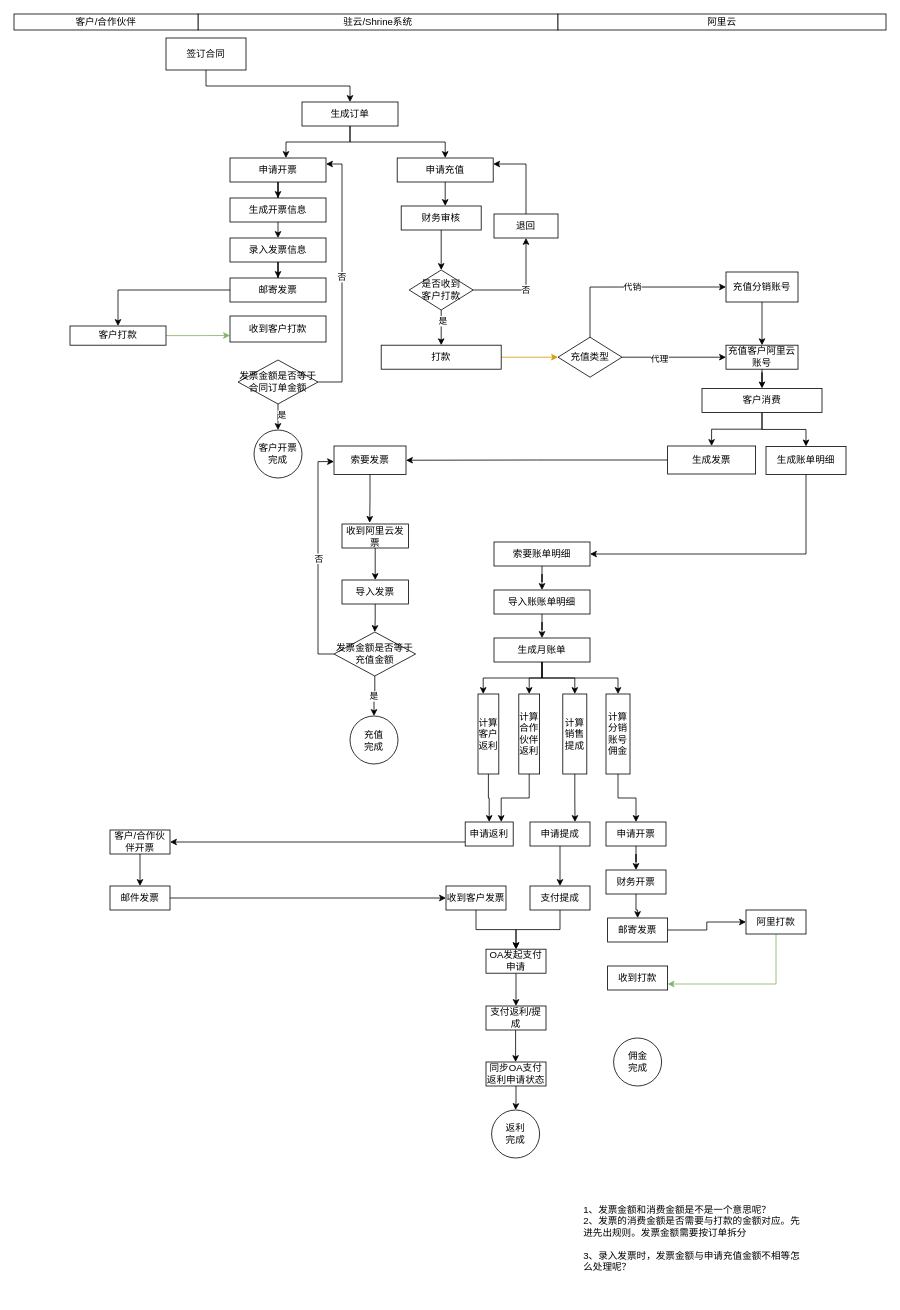
Before: shrine-doc/云资源业务流程.drawio in easefulfil/CLOUDCARE, a draw.io diagram. Source tidied: cells renumbered, new cells numbered last; positions are measured from the earlier drawing's top-left corner, leaving out a move shared by most shapes. Both pictures are drawn from the tidied source at 80%, with x=0, y=0 at pixel (14, 14).
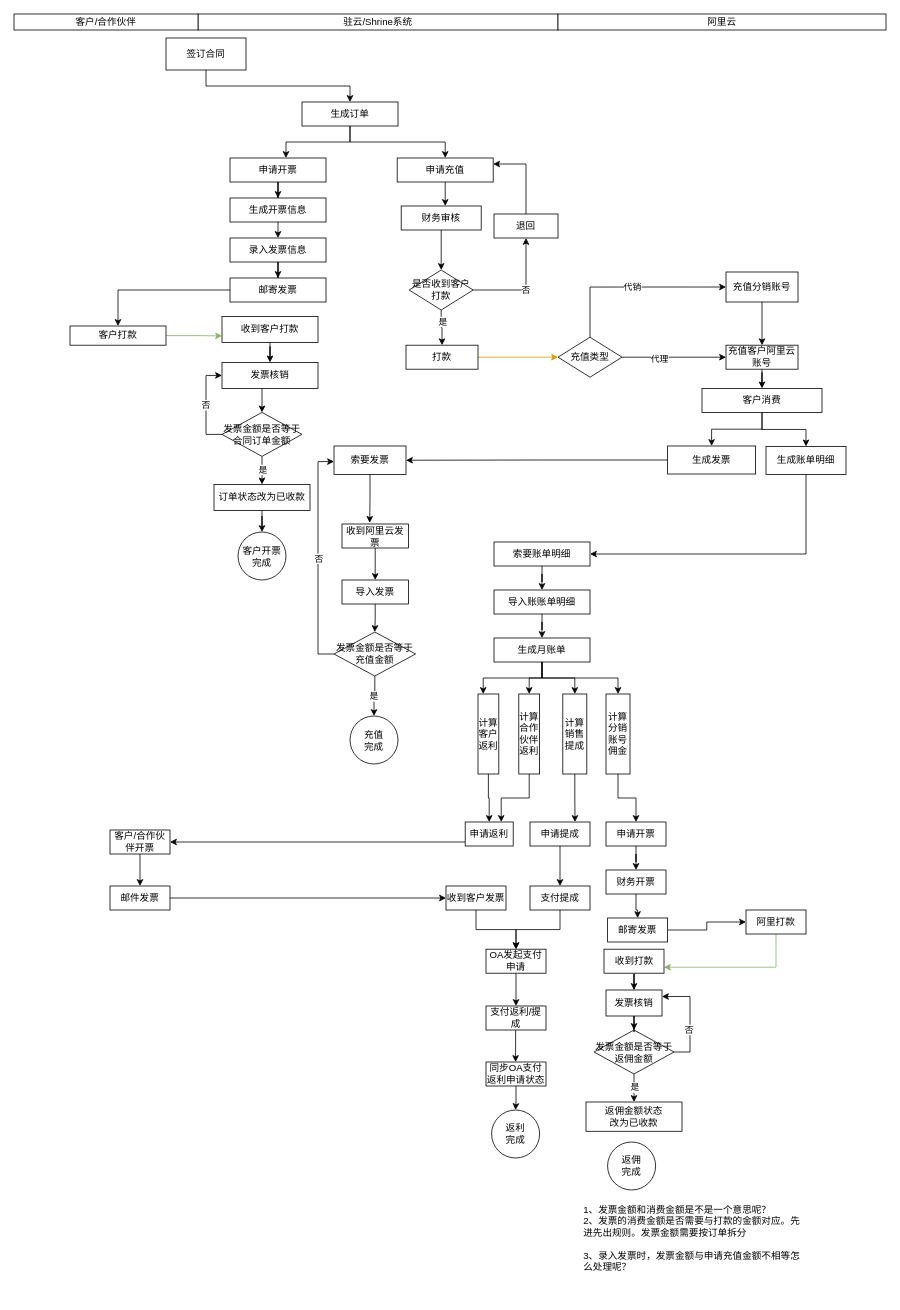
Above is the later version.

Commit message (it also covers changes not shown here):
Update 云资源业务流程.drawio

Unchanged cells that the change refers to:
```xml
<mxCell id="39" value="申请开票" style="rounded=0;whiteSpace=wrap;html=1;" parent="1" vertex="1">
  <mxGeometry x="270" y="180" width="120" height="30" as="geometry" />
</mxCell>
```

The edit, as a diff of the source:
```diff
@@
-    <mxCell id="14" value="是否收到&lt;br&gt;客户打款" style="rhombus;whiteSpace=wrap;html=1;" parent="1" vertex="1">
+    <mxCell id="14" value="是否收到客户打款" style="rhombus;whiteSpace=wrap;html=1;" parent="1" vertex="1">
       <mxGeometry x="494" y="320" width="80" height="50" as="geometry" />
     </mxCell>
@@
     <mxCell id="16" value="打款" style="rounded=0;whiteSpace=wrap;html=1;" parent="1" vertex="1">
-      <mxGeometry x="459" y="414" width="150" height="30" as="geometry" />
+      <mxGeometry x="490" y="414" width="90" height="30" as="geometry" />
     </mxCell>
@@
+    <mxCell id="111" style="edgeStyle=orthogonalEdgeStyle;rounded=0;jettySize=auto;html=1;entryX=0.5;entryY=0;entryDx=0;entryDy=0;" parent="1" edge="1" source="72" target="127">
+      <mxGeometry relative="1" as="geometry" />
+    </mxCell>
     <mxCell id="72" value="收到打款" style="rounded=0;whiteSpace=wrap;html=1;" parent="1" vertex="1">
-      <mxGeometry x="742" y="1190" width="75" height="30" as="geometry" />
+      <mxGeometry x="737.5" y="1169" width="75" height="30" as="geometry" />
     </mxCell>
@@
-    <mxCell id="79" value="佣金&lt;br&gt;完成" style="ellipse;whiteSpace=wrap;html=1;" parent="1" vertex="1">
-      <mxGeometry x="749.5" y="1280" width="60" height="60" as="geometry" />
+    <mxCell id="79" value="返佣&lt;br&gt;完成" style="ellipse;whiteSpace=wrap;html=1;" parent="1" vertex="1">
+      <mxGeometry x="742" y="1410" width="60" height="60" as="geometry" />
     </mxCell>
@@
+    <mxCell id="112" style="edgeStyle=orthogonalEdgeStyle;rounded=0;jettySize=auto;html=1;" parent="1" edge="1" source="88" target="117">
+      <mxGeometry relative="1" as="geometry" />
+    </mxCell>
     <mxCell id="88" value="收到客户打款" style="rounded=0;whiteSpace=wrap;html=1;" parent="1" vertex="1">
-      <mxGeometry x="270" y="377.5" width="120" height="32.5" as="geometry" />
+      <mxGeometry x="260" y="378" width="120" height="32.5" as="geometry" />
     </mxCell>
@@
-    <mxCell id="91" style="edgeStyle=orthogonalEdgeStyle;rounded=0;jettySize=auto;html=1;" parent="1" edge="1" source="94" target="95">
-      <mxGeometry relative="1" as="geometry" />
-    </mxCell>
-    <mxCell id="92" value="是" style="edgeLabel;html=1;align=center;verticalAlign=middle;" parent="91" vertex="1">
-      <mxGeometry x="0.11" y="-4" relative="1" as="geometry" />
-    </mxCell>
-    <mxCell id="93" value="否" style="edgeStyle=orthogonalEdgeStyle;rounded=0;jettySize=auto;html=1;entryX=1;entryY=0.25;entryDx=0;entryDy=0;exitX=1;exitY=0.5;exitDx=0;exitDy=0;" parent="1" edge="1" source="94" target="39">
-      <mxGeometry relative="1" as="geometry">
-        <Array as="points">
-          <mxPoint x="410" y="460" />
-          <mxPoint x="410" y="188" />
-        </Array>
-      </mxGeometry>
-    </mxCell>
+    <mxCell id="113" style="edgeStyle=orthogonalEdgeStyle;rounded=0;jettySize=auto;html=1;" parent="1" edge="1" source="94" target="119">
+      <mxGeometry relative="1" as="geometry" />
+    </mxCell>
+    <mxCell id="114" value="是" style="edgeLabel;html=1;align=center;verticalAlign=middle;" parent="113" vertex="1">
+      <mxGeometry x="-0.29" relative="1" as="geometry" />
+    </mxCell>
+    <mxCell id="115" value="否" style="edgeStyle=orthogonalEdgeStyle;rounded=0;jettySize=auto;html=1;entryX=0;entryY=0.5;entryDx=0;entryDy=0;exitX=0;exitY=0.5;exitDx=0;exitDy=0;" parent="1" edge="1" source="94" target="117">
+      <mxGeometry relative="1" as="geometry" />
+    </mxCell>
     <mxCell id="94" value="发票金额是否等于合同订单金额" style="rhombus;whiteSpace=wrap;html=1;" parent="1" vertex="1">
-      <mxGeometry x="280" y="432.5" width="100" height="55" as="geometry" />
+      <mxGeometry x="260" y="498" width="100" height="55" as="geometry" />
     </mxCell>
     <mxCell id="95" value="客户开票完成" style="ellipse;whiteSpace=wrap;html=1;" parent="1" vertex="1">
-      <mxGeometry x="300" y="520" width="60" height="60" as="geometry" />
+      <mxGeometry x="280" y="647.5" width="60" height="60" as="geometry" />
     </mxCell>
@@
+    <mxCell id="116" style="edgeStyle=orthogonalEdgeStyle;rounded=0;jettySize=auto;html=1;" parent="1" edge="1" source="117" target="94">
+      <mxGeometry relative="1" as="geometry">
+        <Array as="points">
+          <mxPoint x="310" y="480" />
+          <mxPoint x="310" y="480" />
+        </Array>
+      </mxGeometry>
+    </mxCell>
+    <mxCell id="117" value="发票核销" style="rounded=0;whiteSpace=wrap;html=1;" parent="1" vertex="1">
+      <mxGeometry x="260" y="435.5" width="120" height="32.5" as="geometry" />
+    </mxCell>
+    <mxCell id="118" style="edgeStyle=orthogonalEdgeStyle;rounded=0;jettySize=auto;html=1;" parent="1" edge="1" source="119" target="95">
+      <mxGeometry relative="1" as="geometry" />
+    </mxCell>
+    <mxCell id="119" value="订单状态改为已收款" style="rounded=0;whiteSpace=wrap;html=1;" parent="1" vertex="1">
+      <mxGeometry x="250" y="588" width="120" height="32.5" as="geometry" />
+    </mxCell>
+    <mxCell id="120" style="edgeStyle=orthogonalEdgeStyle;rounded=0;jettySize=auto;html=1;" parent="1" edge="1" source="124" target="125">
+      <mxGeometry relative="1" as="geometry" />
+    </mxCell>
+    <mxCell id="121" value="是" style="edgeLabel;html=1;align=center;verticalAlign=middle;" parent="120" vertex="1">
+      <mxGeometry x="-0.29" relative="1" as="geometry" />
+    </mxCell>
+    <mxCell id="122" style="edgeStyle=orthogonalEdgeStyle;rounded=0;jettySize=auto;html=1;entryX=1;entryY=0.25;entryDx=0;entryDy=0;exitX=1;exitY=0.5;exitDx=0;exitDy=0;" parent="1" edge="1" source="124" target="127">
+      <mxGeometry relative="1" as="geometry" />
+    </mxCell>
+    <mxCell id="123" value="否" style="edgeLabel;html=1;align=center;verticalAlign=middle;" parent="122" vertex="1">
+      <mxGeometry x="-0.22" y="2" relative="1" as="geometry">
+        <mxPoint y="1" as="offset" />
+      </mxGeometry>
+    </mxCell>
+    <mxCell id="124" value="发票金额是否等于返佣金额" style="rhombus;whiteSpace=wrap;html=1;" parent="1" vertex="1">
+      <mxGeometry x="725" y="1270" width="100" height="55" as="geometry" />
+    </mxCell>
+    <mxCell id="125" value="返佣金额状态&lt;br&gt;改为已收款" style="rounded=0;whiteSpace=wrap;html=1;" parent="1" vertex="1">
+      <mxGeometry x="715" y="1360" width="120" height="36.6" as="geometry" />
+    </mxCell>
+    <mxCell id="126" style="edgeStyle=orthogonalEdgeStyle;rounded=0;jettySize=auto;html=1;" parent="1" edge="1" source="127" target="124">
+      <mxGeometry relative="1" as="geometry" />
+    </mxCell>
+    <mxCell id="127" value="发票核销" style="rounded=0;whiteSpace=wrap;html=1;" parent="1" vertex="1">
+      <mxGeometry x="740" y="1220" width="70" height="32.5" as="geometry" />
+    </mxCell>
```
